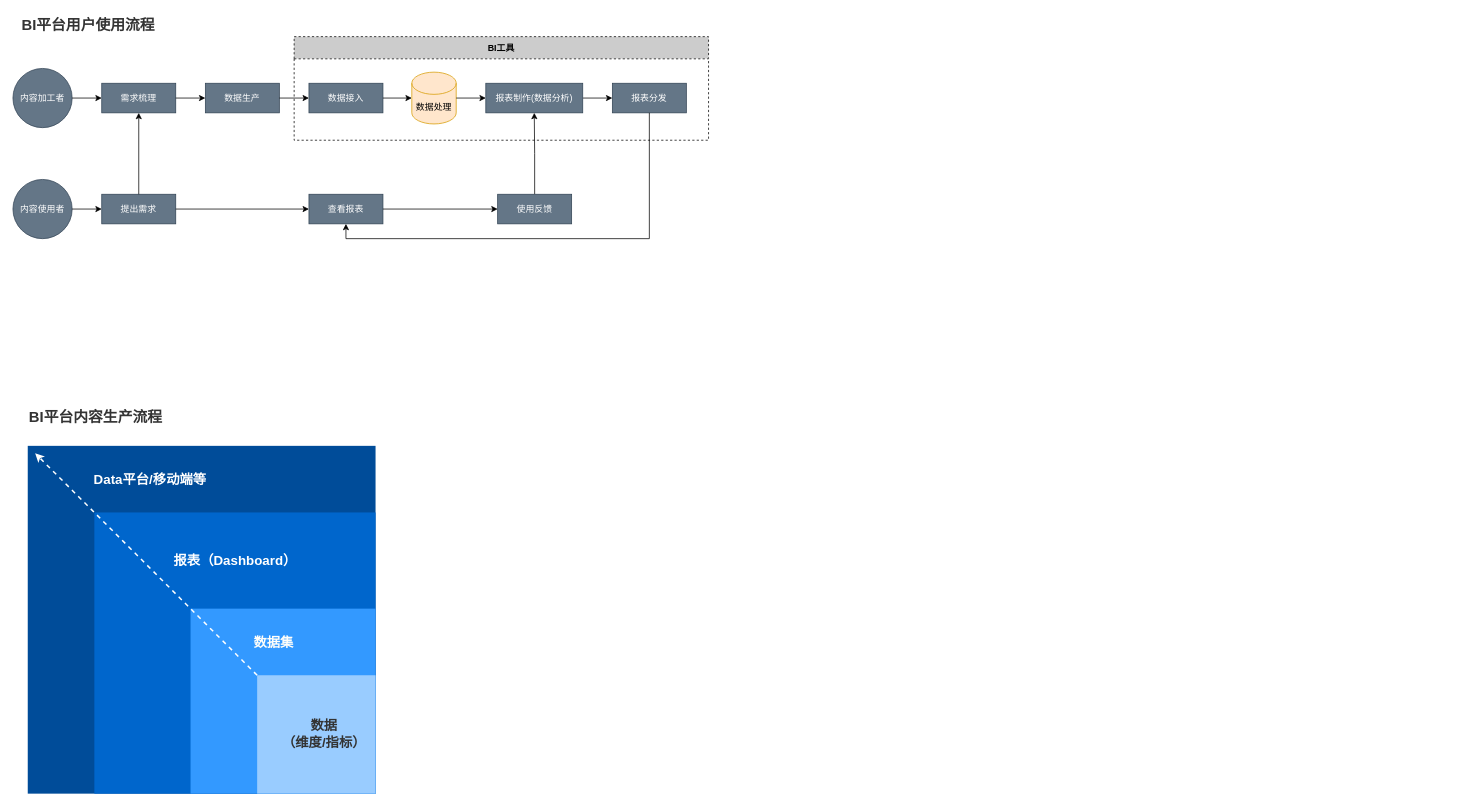
This is BI平台.drawio from yangbe/diagrams, a draw.io file, before an edit. Source tidied: cells renumbered, new cells numbered last; positions are measured from the earlier drawing's top-left corner, leaving out a move shared by most shapes. Both pictures are drawn from the tidied source at 74%, with x=0, y=0 at pixel (13, 13).
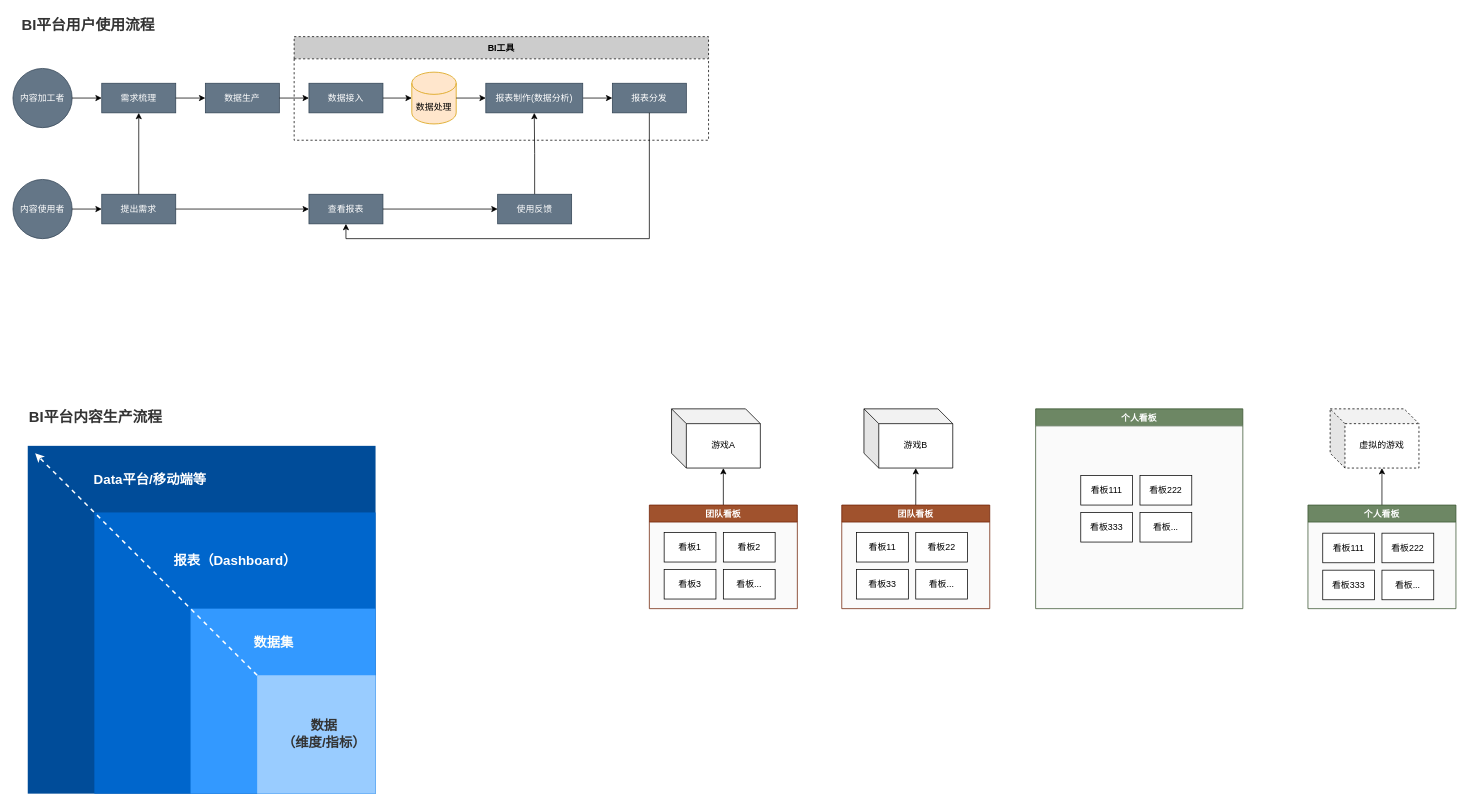
The same diagram, later.

Change to the diagram source:
```diff
@@
+    <mxCell id="39" style="edgeStyle=orthogonalEdgeStyle;rounded=0;jettySize=auto;html=1;exitX=0.5;exitY=0;exitDx=0;exitDy=0;entryX=0;entryY=0;entryDx=70;entryDy=80;entryPerimeter=0;" parent="1" edge="1" source="40" target="45">
+      <mxGeometry relative="1" as="geometry" />
+    </mxCell>
+    <mxCell id="40" value="团队看板" style="swimlane;fillColor=#a0522d;strokeColor=#6D1F00;fontColor=#ffffff;swimlaneFillColor=#fafafa;" parent="1" vertex="1">
+      <mxGeometry x="860" y="665" width="200" height="140" as="geometry" />
+    </mxCell>
+    <mxCell id="41" value="看板1" style="rounded=0;whiteSpace=wrap;html=1;" parent="40" vertex="1">
+      <mxGeometry x="20" y="37" width="70" height="40" as="geometry" />
+    </mxCell>
+    <mxCell id="42" value="看板2" style="rounded=0;whiteSpace=wrap;html=1;" parent="40" vertex="1">
+      <mxGeometry x="100" y="37" width="70" height="40" as="geometry" />
+    </mxCell>
+    <mxCell id="43" value="看板3" style="rounded=0;whiteSpace=wrap;html=1;" parent="40" vertex="1">
+      <mxGeometry x="20" y="87" width="70" height="40" as="geometry" />
+    </mxCell>
+    <mxCell id="44" value="看板..." style="rounded=0;whiteSpace=wrap;html=1;" parent="40" vertex="1">
+      <mxGeometry x="100" y="87" width="70" height="40" as="geometry" />
+    </mxCell>
+    <mxCell id="45" value="游戏A" style="shape=cube;whiteSpace=wrap;html=1;boundedLbl=1;backgroundOutline=1;darkOpacity=0.05;darkOpacity2=0.1;strokeColor=#000000;" parent="1" vertex="1">
+      <mxGeometry x="890" y="535" width="120" height="80" as="geometry" />
+    </mxCell>
+    <mxCell id="46" value="游戏B" style="shape=cube;whiteSpace=wrap;html=1;boundedLbl=1;backgroundOutline=1;darkOpacity=0.05;darkOpacity2=0.1;strokeColor=#000000;" parent="1" vertex="1">
+      <mxGeometry x="1150" y="535" width="120" height="80" as="geometry" />
+    </mxCell>
+    <mxCell id="47" style="edgeStyle=orthogonalEdgeStyle;rounded=0;jettySize=auto;html=1;exitX=0.5;exitY=0;exitDx=0;exitDy=0;entryX=0;entryY=0;entryDx=70;entryDy=80;entryPerimeter=0;" parent="1" edge="1" source="48" target="46">
+      <mxGeometry relative="1" as="geometry" />
+    </mxCell>
+    <mxCell id="48" value="团队看板" style="swimlane;fillColor=#a0522d;strokeColor=#6D1F00;fontColor=#ffffff;swimlaneFillColor=#fafafa;" parent="1" vertex="1">
+      <mxGeometry x="1120" y="665" width="200" height="140" as="geometry" />
+    </mxCell>
+    <mxCell id="49" value="看板11" style="rounded=0;whiteSpace=wrap;html=1;" parent="48" vertex="1">
+      <mxGeometry x="20" y="37" width="70" height="40" as="geometry" />
+    </mxCell>
+    <mxCell id="50" value="看板22" style="rounded=0;whiteSpace=wrap;html=1;" parent="48" vertex="1">
+      <mxGeometry x="100" y="37" width="70" height="40" as="geometry" />
+    </mxCell>
+    <mxCell id="51" value="看板33" style="rounded=0;whiteSpace=wrap;html=1;" parent="48" vertex="1">
+      <mxGeometry x="20" y="87" width="70" height="40" as="geometry" />
+    </mxCell>
+    <mxCell id="52" value="看板..." style="rounded=0;whiteSpace=wrap;html=1;" parent="48" vertex="1">
+      <mxGeometry x="100" y="87" width="70" height="40" as="geometry" />
+    </mxCell>
+    <mxCell id="53" value="个人看板" style="swimlane;fillColor=#6d8764;strokeColor=#3A5431;fontColor=#ffffff;swimlaneFillColor=#fafafa;" parent="1" vertex="1">
+      <mxGeometry x="1382" y="535" width="280" height="270" as="geometry" />
+    </mxCell>
+    <mxCell id="54" value="看板111" style="rounded=0;whiteSpace=wrap;html=1;" parent="53" vertex="1">
+      <mxGeometry x="61" y="90" width="70" height="40" as="geometry" />
+    </mxCell>
+    <mxCell id="55" value="看板222" style="rounded=0;whiteSpace=wrap;html=1;" parent="53" vertex="1">
+      <mxGeometry x="141" y="90" width="70" height="40" as="geometry" />
+    </mxCell>
+    <mxCell id="56" value="看板333" style="rounded=0;whiteSpace=wrap;html=1;" parent="53" vertex="1">
+      <mxGeometry x="61" y="140" width="70" height="40" as="geometry" />
+    </mxCell>
+    <mxCell id="57" value="看板..." style="rounded=0;whiteSpace=wrap;html=1;" parent="53" vertex="1">
+      <mxGeometry x="141" y="140" width="70" height="40" as="geometry" />
+    </mxCell>
+    <mxCell id="58" value="虚拟的游戏" style="shape=cube;whiteSpace=wrap;html=1;boundedLbl=1;backgroundOutline=1;darkOpacity=0.05;darkOpacity2=0.1;strokeColor=#000000;dashed=1;" parent="1" vertex="1">
+      <mxGeometry x="1780" y="535" width="120" height="80" as="geometry" />
+    </mxCell>
+    <mxCell id="59" style="edgeStyle=orthogonalEdgeStyle;rounded=0;jettySize=auto;html=1;exitX=0.5;exitY=0;exitDx=0;exitDy=0;entryX=0;entryY=0;entryDx=70;entryDy=80;entryPerimeter=0;" parent="1" edge="1" source="60" target="58">
+      <mxGeometry relative="1" as="geometry" />
+    </mxCell>
+    <mxCell id="60" value="个人看板" style="swimlane;fillColor=#6d8764;strokeColor=#3A5431;fontColor=#ffffff;swimlaneFillColor=#fafafa;" parent="1" vertex="1">
+      <mxGeometry x="1750" y="665" width="200" height="140" as="geometry" />
+    </mxCell>
+    <mxCell id="61" value="看板111" style="rounded=0;whiteSpace=wrap;html=1;" parent="60" vertex="1">
+      <mxGeometry x="20" y="38" width="70" height="40" as="geometry" />
+    </mxCell>
+    <mxCell id="62" value="看板222" style="rounded=0;whiteSpace=wrap;html=1;" parent="60" vertex="1">
+      <mxGeometry x="100" y="38" width="70" height="40" as="geometry" />
+    </mxCell>
+    <mxCell id="63" value="看板333" style="rounded=0;whiteSpace=wrap;html=1;" parent="60" vertex="1">
+      <mxGeometry x="20" y="88" width="70" height="40" as="geometry" />
+    </mxCell>
+    <mxCell id="64" value="看板..." style="rounded=0;whiteSpace=wrap;html=1;" parent="60" vertex="1">
+      <mxGeometry x="100" y="88" width="70" height="40" as="geometry" />
+    </mxCell>
```
